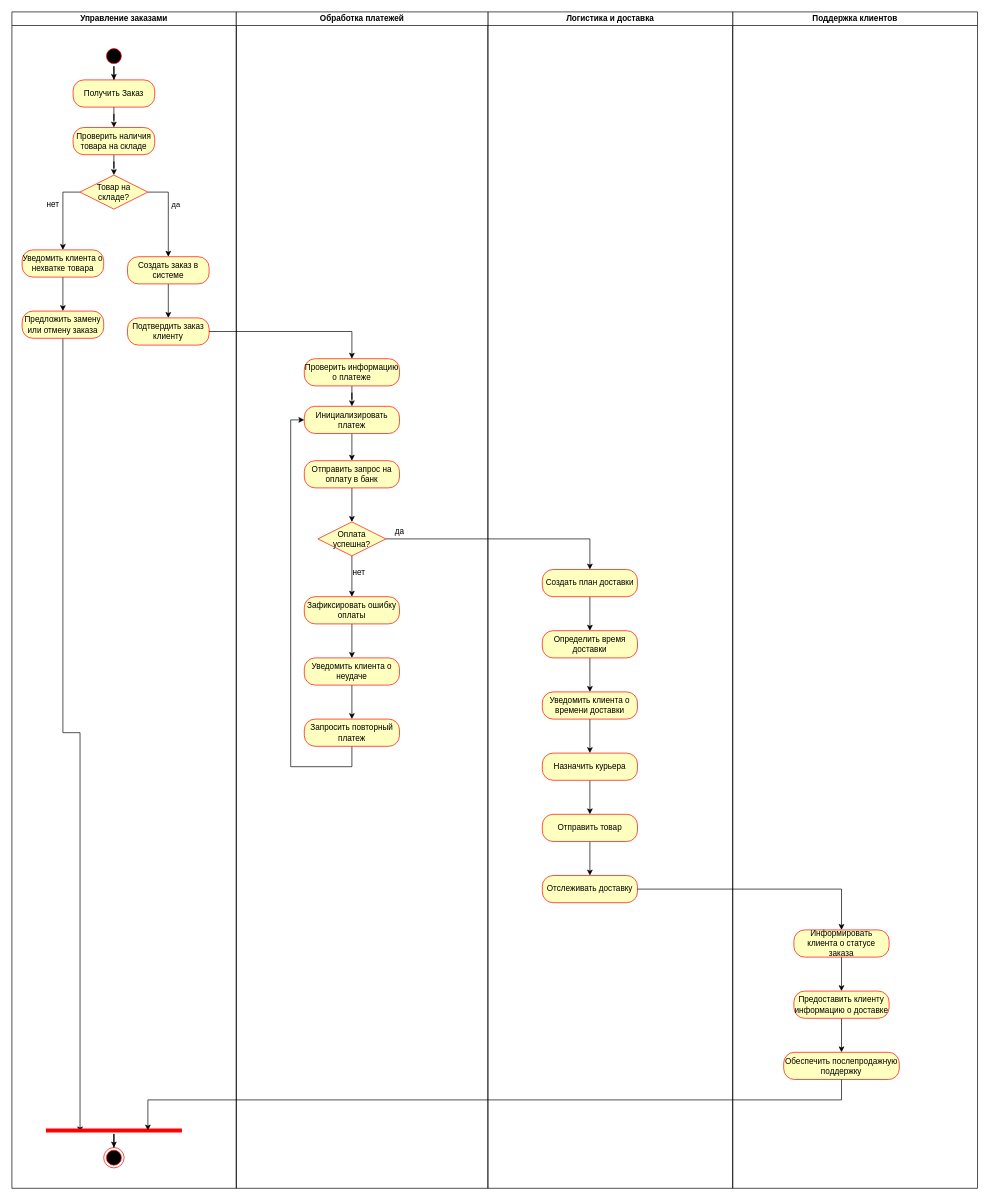
Earlier version of the draw.io diagram page "Page-2" (1 of 3) of obos_5th.drawio (mati-tech/draw.io). Source tidied: cells renumbered, new cells numbered last; positions are measured from the earlier drawing's top-left corner, leaving out a move shared by most shapes. Both pictures are drawn from the tidied source at 68%, with x=0, y=0 at pixel (12, 12).
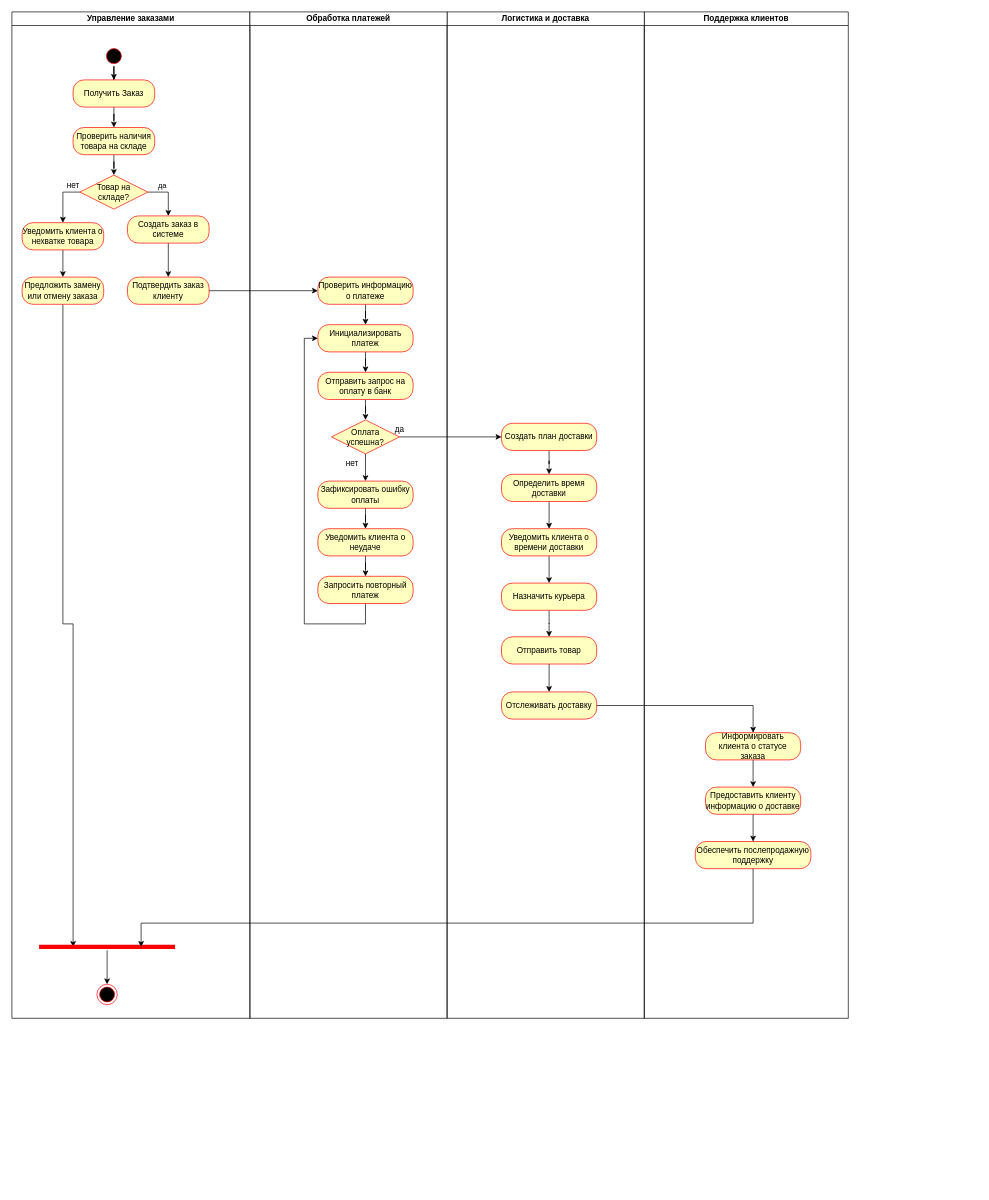
The same diagram, later.

Unchanged cells that the change refers to:
```xml
<mxCell id="10" style="edgeStyle=orthogonalEdgeStyle;rounded=0;jettySize=auto;html=1;entryX=0.5;entryY=0;entryDx=0;entryDy=0;exitX=1;exitY=0.5;exitDx=0;exitDy=0;" parent="2" edge="1" source="12" target="19">
  <mxGeometry relative="1" as="geometry" />
</mxCell>
```

What changed in the source:
```diff
@@
     <mxCell id="2" value="Управление заказами" style="swimlane;startSize=20;whiteSpace=wrap;html=1;" parent="1" vertex="1">
-      <mxGeometry width="330" height="1730" as="geometry" />
+      <mxGeometry width="350" height="1480" as="geometry" />
     </mxCell>
@@
     <mxCell id="11" value="да" style="edgeLabel;html=1;align=center;verticalAlign=middle;" parent="10" vertex="1">
       <mxGeometry x="-0.25" y="-1" relative="1" as="geometry">
-        <mxPoint x="11" as="offset" />
+        <mxPoint x="-4" y="-11" as="offset" />
       </mxGeometry>
     </mxCell>
@@
     <mxCell id="14" value="Уведомить клиента о нехватке товара" style="rounded=1;whiteSpace=wrap;html=1;arcSize=40;fontColor=#000000;fillColor=#ffffc0;strokeColor=#ff0000;" parent="2" vertex="1">
-      <mxGeometry x="15" y="350" width="120" height="40" as="geometry" />
+      <mxGeometry x="15" y="310" width="120" height="40" as="geometry" />
     </mxCell>
-    <mxCell id="15" style="edgeStyle=orthogonalEdgeStyle;rounded=0;jettySize=auto;html=1;entryX=0.251;entryY=0.777;entryDx=0;entryDy=0;entryPerimeter=0;" parent="2" edge="1" source="16" target="22">
+    <mxCell id="15" style="edgeStyle=orthogonalEdgeStyle;rounded=0;jettySize=auto;html=1;entryX=0.25;entryY=0.5;entryDx=0;entryDy=0;entryPerimeter=0;" parent="2" edge="1" source="16" target="22">
       <mxGeometry relative="1" as="geometry" />
     </mxCell>
     <mxCell id="16" value="Предложить замену или отмену заказа" style="rounded=1;whiteSpace=wrap;html=1;arcSize=40;fontColor=#000000;fillColor=#ffffc0;strokeColor=#ff0000;" parent="2" vertex="1">
-      <mxGeometry x="15" y="440" width="120" height="40" as="geometry" />
+      <mxGeometry x="15" y="390" width="120" height="40" as="geometry" />
     </mxCell>
     <mxCell id="17" value="&lt;div&gt;&lt;br&gt;&lt;/div&gt;" style="ellipse;html=1;shape=endState;fillColor=#000000;strokeColor=#ff0000;" parent="2" vertex="1">
-      <mxGeometry x="135" y="1670" width="30" height="30" as="geometry" />
+      <mxGeometry x="125" y="1430" width="30" height="30" as="geometry" />
     </mxCell>
@@
     <mxCell id="19" value="Создать заказ в системе" style="rounded=1;whiteSpace=wrap;html=1;arcSize=40;fontColor=#000000;fillColor=#ffffc0;strokeColor=#ff0000;" parent="2" vertex="1">
-      <mxGeometry x="170" y="360" width="120" height="40" as="geometry" />
+      <mxGeometry x="170" y="300" width="120" height="40" as="geometry" />
     </mxCell>
     <mxCell id="20" value="Подтвердить заказ клиенту" style="rounded=1;whiteSpace=wrap;html=1;arcSize=40;fontColor=#000000;fillColor=#ffffc0;strokeColor=#ff0000;" parent="2" vertex="1">
-      <mxGeometry x="170" y="450" width="120" height="40" as="geometry" />
+      <mxGeometry x="170" y="390" width="120" height="40" as="geometry" />
     </mxCell>
@@
     <mxCell id="22" style="shape=line;html=1;strokeWidth=6;strokeColor=#ff0000;" parent="2" vertex="1">
-      <mxGeometry x="50" y="1640" width="200" height="10" as="geometry" />
+      <mxGeometry x="40" y="1370" width="200" height="10" as="geometry" />
     </mxCell>
+    <mxCell id="58" value="нет" style="text;html=1;align=center;verticalAlign=middle;strokeColor=none;fillColor=none;" parent="2" vertex="1">
+      <mxGeometry x="70" y="240" width="40" height="30" as="geometry" />
+    </mxCell>
     <mxCell id="23" value="Поддержка клиентов" style="swimlane;startSize=20;whiteSpace=wrap;html=1;" parent="1" vertex="1">
-      <mxGeometry x="1060" width="360" height="1730" as="geometry" />
+      <mxGeometry x="930" width="300" height="1480" as="geometry" />
     </mxCell>
@@
     <mxCell id="25" value="Информировать клиента о статусе заказа" style="rounded=1;whiteSpace=wrap;html=1;arcSize=40;fontColor=#000000;fillColor=#ffffc0;strokeColor=#ff0000;" parent="23" vertex="1">
-      <mxGeometry x="90" y="1350" width="140" height="40" as="geometry" />
+      <mxGeometry x="90" y="1060" width="140" height="40" as="geometry" />
     </mxCell>
@@
     <mxCell id="27" value="Предоставить клиенту информацию о доставке" style="rounded=1;whiteSpace=wrap;html=1;arcSize=40;fontColor=#000000;fillColor=#ffffc0;strokeColor=#ff0000;" parent="23" vertex="1">
-      <mxGeometry x="90" y="1440" width="140" height="40" as="geometry" />
+      <mxGeometry x="90" y="1140" width="140" height="40" as="geometry" />
     </mxCell>
     <mxCell id="28" value="Обеспечить послепродажную поддержку" style="rounded=1;whiteSpace=wrap;html=1;arcSize=40;fontColor=#000000;fillColor=#ffffc0;strokeColor=#ff0000;" parent="23" vertex="1">
-      <mxGeometry x="75" y="1530" width="170" height="40" as="geometry" />
+      <mxGeometry x="75" y="1220" width="170" height="40" as="geometry" />
     </mxCell>
     <mxCell id="29" value="Логистика и доставка" style="swimlane;startSize=20;whiteSpace=wrap;html=1;" parent="1" vertex="1">
-      <mxGeometry x="700" width="360" height="1730" as="geometry" />
+      <mxGeometry x="640" width="290" height="1480" as="geometry" />
     </mxCell>
@@
     <mxCell id="31" value="Создать план доставки" style="rounded=1;whiteSpace=wrap;html=1;arcSize=40;fontColor=#000000;fillColor=#ffffc0;strokeColor=#ff0000;" parent="29" vertex="1">
-      <mxGeometry x="80" y="820" width="140" height="40" as="geometry" />
+      <mxGeometry x="80" y="605" width="140" height="40" as="geometry" />
     </mxCell>
@@
     <mxCell id="33" value="Определить время доставки" style="rounded=1;whiteSpace=wrap;html=1;arcSize=40;fontColor=#000000;fillColor=#ffffc0;strokeColor=#ff0000;" parent="29" vertex="1">
-      <mxGeometry x="80" y="910" width="140" height="40" as="geometry" />
+      <mxGeometry x="80" y="680" width="140" height="40" as="geometry" />
     </mxCell>
@@
     <mxCell id="35" value="Уведомить клиента о времени доставки" style="rounded=1;whiteSpace=wrap;html=1;arcSize=40;fontColor=#000000;fillColor=#ffffc0;strokeColor=#ff0000;" parent="29" vertex="1">
-      <mxGeometry x="80" y="1000" width="140" height="40" as="geometry" />
+      <mxGeometry x="80" y="760" width="140" height="40" as="geometry" />
     </mxCell>
@@
     <mxCell id="37" value="Назначить курьера" style="rounded=1;whiteSpace=wrap;html=1;arcSize=40;fontColor=#000000;fillColor=#ffffc0;strokeColor=#ff0000;" parent="29" vertex="1">
-      <mxGeometry x="80" y="1090" width="140" height="40" as="geometry" />
+      <mxGeometry x="80" y="840" width="140" height="40" as="geometry" />
     </mxCell>
@@
     <mxCell id="39" value="Отправить товар" style="rounded=1;whiteSpace=wrap;html=1;arcSize=40;fontColor=#000000;fillColor=#ffffc0;strokeColor=#ff0000;" parent="29" vertex="1">
-      <mxGeometry x="80" y="1180" width="140" height="40" as="geometry" />
+      <mxGeometry x="80" y="919" width="140" height="40" as="geometry" />
     </mxCell>
     <mxCell id="40" value="Отслеживать доставку" style="rounded=1;whiteSpace=wrap;html=1;arcSize=40;fontColor=#000000;fillColor=#ffffc0;strokeColor=#ff0000;" parent="29" vertex="1">
-      <mxGeometry x="80" y="1270" width="140" height="40" as="geometry" />
+      <mxGeometry x="80" y="1000" width="140" height="40" as="geometry" />
     </mxCell>
     <mxCell id="41" value="Обработка платежей" style="swimlane;startSize=20;whiteSpace=wrap;html=1;" parent="1" vertex="1">
-      <mxGeometry x="330" width="370" height="1730" as="geometry" />
+      <mxGeometry x="350" width="290" height="1480" as="geometry" />
     </mxCell>
@@
     <mxCell id="43" value="Проверить информацию о платеже" style="rounded=1;whiteSpace=wrap;html=1;arcSize=40;fontColor=#000000;fillColor=#ffffc0;strokeColor=#ff0000;" parent="41" vertex="1">
-      <mxGeometry x="100" y="510" width="140" height="40" as="geometry" />
+      <mxGeometry x="100" y="390" width="140" height="40" as="geometry" />
     </mxCell>
@@
     <mxCell id="45" value="Инициализировать платеж" style="rounded=1;whiteSpace=wrap;html=1;arcSize=40;fontColor=#000000;fillColor=#ffffc0;strokeColor=#ff0000;" parent="41" vertex="1">
-      <mxGeometry x="100" y="580" width="140" height="40" as="geometry" />
+      <mxGeometry x="100" y="460" width="140" height="40" as="geometry" />
     </mxCell>
@@
     <mxCell id="47" value="Отправить запрос на оплату в банк" style="rounded=1;whiteSpace=wrap;html=1;arcSize=40;fontColor=#000000;fillColor=#ffffc0;strokeColor=#ff0000;" parent="41" vertex="1">
-      <mxGeometry x="100" y="660" width="140" height="40" as="geometry" />
+      <mxGeometry x="100" y="530" width="140" height="40" as="geometry" />
     </mxCell>
@@
     <mxCell id="49" value="Оплата успешна?" style="rhombus;whiteSpace=wrap;html=1;fontColor=#000000;fillColor=#ffffc0;strokeColor=#ff0000;" parent="41" vertex="1">
-      <mxGeometry x="120" y="750" width="100" height="50" as="geometry" />
+      <mxGeometry x="120" y="600" width="100" height="50" as="geometry" />
     </mxCell>
     <mxCell id="50" value="да" style="text;html=1;align=center;verticalAlign=middle;strokeColor=none;fillColor=none;" parent="41" vertex="1">
-      <mxGeometry x="220" y="750" width="40" height="30" as="geometry" />
+      <mxGeometry x="200" y="600" width="40" height="30" as="geometry" />
     </mxCell>
@@
     <mxCell id="52" value="Зафиксировать ошибку оплаты" style="rounded=1;whiteSpace=wrap;html=1;arcSize=40;fontColor=#000000;fillColor=#ffffc0;strokeColor=#ff0000;" parent="41" vertex="1">
-      <mxGeometry x="100" y="860" width="140" height="40" as="geometry" />
+      <mxGeometry x="100" y="690" width="140" height="40" as="geometry" />
     </mxCell>
     <mxCell id="53" value="нет" style="text;html=1;align=center;verticalAlign=middle;strokeColor=none;fillColor=none;" parent="41" vertex="1">
-      <mxGeometry x="160" y="810" width="40" height="30" as="geometry" />
+      <mxGeometry x="130" y="650" width="40" height="30" as="geometry" />
     </mxCell>
@@
     <mxCell id="55" value="Уведомить клиента о неудаче" style="rounded=1;whiteSpace=wrap;html=1;arcSize=40;fontColor=#000000;fillColor=#ffffc0;strokeColor=#ff0000;" parent="41" vertex="1">
-      <mxGeometry x="100" y="950" width="140" height="40" as="geometry" />
+      <mxGeometry x="100" y="760" width="140" height="40" as="geometry" />
     </mxCell>
     <mxCell id="56" style="edgeStyle=orthogonalEdgeStyle;rounded=0;jettySize=auto;html=1;entryX=0;entryY=0.5;entryDx=0;entryDy=0;exitX=0.5;exitY=1;exitDx=0;exitDy=0;" parent="41" edge="1" source="57" target="45">
       <mxGeometry relative="1" as="geometry">
         <Array as="points">
-          <mxPoint x="170" y="1110" />
-          <mxPoint x="80" y="1110" />
-          <mxPoint x="80" y="600" />
+          <mxPoint x="170" y="900" />
+          <mxPoint x="80" y="900" />
+          <mxPoint x="80" y="480" />
         </Array>
       </mxGeometry>
     </mxCell>
     <mxCell id="57" value="Запросить повторный платеж" style="rounded=1;whiteSpace=wrap;html=1;arcSize=40;fontColor=#000000;fillColor=#ffffc0;strokeColor=#ff0000;" parent="41" vertex="1">
-      <mxGeometry x="100" y="1040" width="140" height="40" as="geometry" />
+      <mxGeometry x="100" y="830" width="140" height="40" as="geometry" />
     </mxCell>
-    <mxCell id="58" value="нет" style="text;html=1;align=center;verticalAlign=middle;strokeColor=none;fillColor=none;" parent="1" vertex="1">
-      <mxGeometry x="40" y="268" width="40" height="30" as="geometry" />
-    </mxCell>
-    <mxCell id="59" style="edgeStyle=orthogonalEdgeStyle;rounded=0;jettySize=auto;html=1;entryX=0.5;entryY=0;entryDx=0;entryDy=0;" parent="1" edge="1" source="20" target="43">
+    <mxCell id="59" style="edgeStyle=orthogonalEdgeStyle;rounded=0;jettySize=auto;html=1;entryX=0;entryY=0.5;entryDx=0;entryDy=0;" parent="1" edge="1" source="20" target="43">
       <mxGeometry relative="1" as="geometry" />
     </mxCell>
@@
     <mxCell id="62" style="edgeStyle=orthogonalEdgeStyle;rounded=0;jettySize=auto;html=1;entryX=0.75;entryY=0.5;entryDx=0;entryDy=0;entryPerimeter=0;" parent="1" edge="1" source="28" target="22">
       <mxGeometry relative="1" as="geometry">
         <Array as="points">
-          <mxPoint x="1220" y="1600" />
-          <mxPoint x="200" y="1600" />
+          <mxPoint x="1090" y="1340" />
+          <mxPoint x="190" y="1340" />
         </Array>
       </mxGeometry>
     </mxCell>
```
